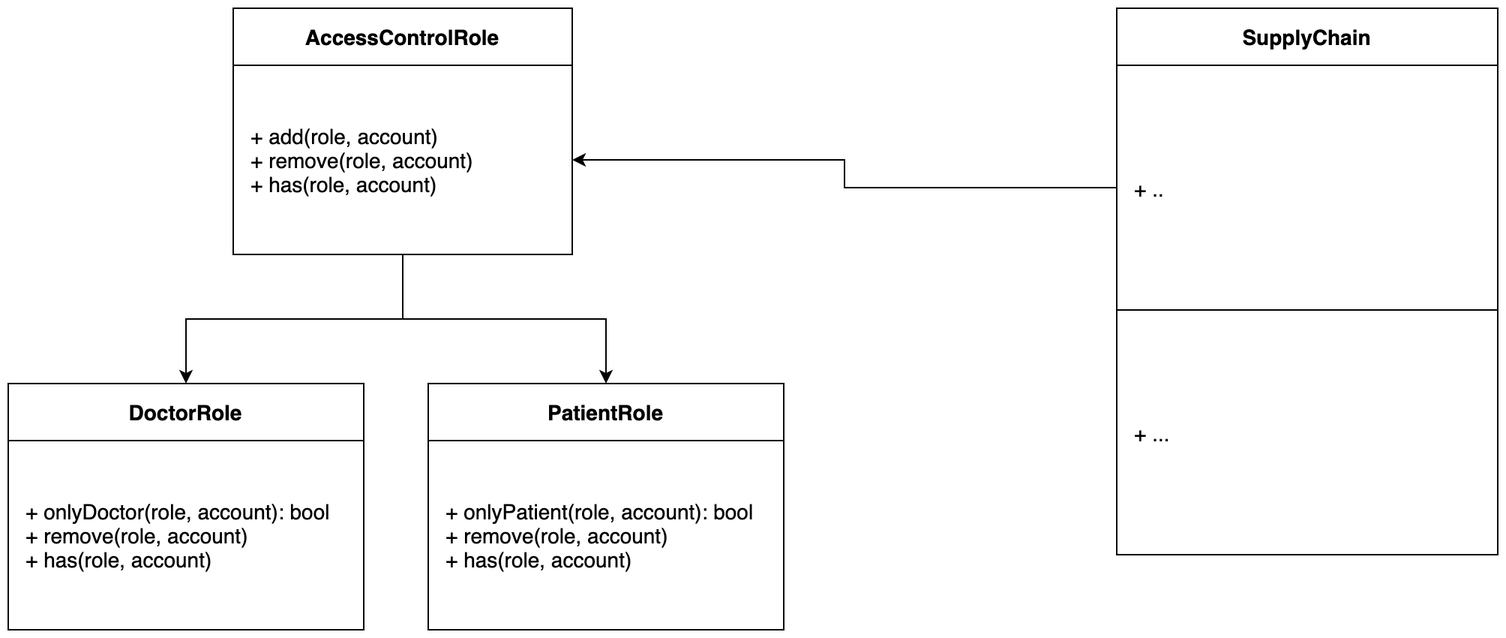
Above: images/class.png in vinhnguyen/nd1309-supply-chain (draw.io), before the change. Source tidied: cells renumbered, new cells last; positions are measured from the earlier drawing's top-left corner, leaving out a move shared by most shapes. Its diagram source:
```xml
<mxGraphModel>
  <root>
    <mxCell id="0" />
    <mxCell id="1" parent="0" />
    <mxCell id="2" value="AccessControlRole" style="rounded=0;whiteSpace=wrap;html=1;fontSize=14;fontStyle=1;" parent="1" vertex="1">
      <mxGeometry x="150" width="226" height="38" as="geometry" />
    </mxCell>
    <mxCell id="3" style="edgeStyle=orthogonalEdgeStyle;rounded=0;jettySize=auto;html=1;entryX=0.5;entryY=0;entryDx=0;entryDy=0;fontSize=14;" parent="1" edge="1" source="5" target="6">
      <mxGeometry relative="1" as="geometry" />
    </mxCell>
    <mxCell id="4" style="edgeStyle=orthogonalEdgeStyle;rounded=0;jettySize=auto;html=1;fontSize=14;" parent="1" edge="1" source="5" target="8">
      <mxGeometry relative="1" as="geometry" />
    </mxCell>
    <mxCell id="5" value="+ add(role, account)&lt;br&gt;+ remove(role, account)&lt;br&gt;+ has(role, account)" style="rounded=0;whiteSpace=wrap;html=1;fontSize=14;fontStyle=0;align=left;spacingLeft=10;" parent="1" vertex="1">
      <mxGeometry x="150" y="38" width="226" height="126" as="geometry" />
    </mxCell>
    <mxCell id="6" value="DoctorRole" style="rounded=0;whiteSpace=wrap;html=1;fontSize=14;fontStyle=1;" parent="1" vertex="1">
      <mxGeometry y="250" width="237" height="38" as="geometry" />
    </mxCell>
    <mxCell id="7" value="+ onlyDoctor(role, account): bool&lt;br&gt;+ remove(role, account)&lt;br&gt;+ has(role, account)" style="rounded=0;whiteSpace=wrap;html=1;fontSize=14;fontStyle=0;align=left;spacingLeft=10;" parent="1" vertex="1">
      <mxGeometry y="288" width="237" height="126" as="geometry" />
    </mxCell>
    <mxCell id="8" value="PatientRole" style="rounded=0;whiteSpace=wrap;html=1;fontSize=14;fontStyle=1;" parent="1" vertex="1">
      <mxGeometry x="280" y="250" width="237" height="38" as="geometry" />
    </mxCell>
    <mxCell id="9" value="+ onlyPatient(role, account): bool&lt;br&gt;+ remove(role, account)&lt;br&gt;+ has(role, account)" style="rounded=0;whiteSpace=wrap;html=1;fontSize=14;fontStyle=0;align=left;spacingLeft=10;" parent="1" vertex="1">
      <mxGeometry x="280" y="288" width="237" height="126" as="geometry" />
    </mxCell>
    <mxCell id="10" value="SupplyChain" style="rounded=0;whiteSpace=wrap;html=1;fontSize=14;fontStyle=1;" parent="1" vertex="1">
      <mxGeometry x="739" width="254" height="38" as="geometry" />
    </mxCell>
    <mxCell id="11" style="edgeStyle=orthogonalEdgeStyle;rounded=0;jettySize=auto;html=1;entryX=1;entryY=0.5;entryDx=0;entryDy=0;fontSize=14;" parent="1" edge="1" source="12" target="5">
      <mxGeometry relative="1" as="geometry" />
    </mxCell>
    <mxCell id="12" value="+ .." style="rounded=0;whiteSpace=wrap;html=1;fontSize=14;fontStyle=0;align=left;spacingLeft=10;" parent="1" vertex="1">
      <mxGeometry x="739" y="38" width="254" height="163" as="geometry" />
    </mxCell>
    <mxCell id="13" value="+ ..." style="rounded=0;whiteSpace=wrap;html=1;fontSize=14;fontStyle=0;align=left;spacingLeft=10;" parent="1" vertex="1">
      <mxGeometry x="739" y="201" width="254" height="163" as="geometry" />
    </mxCell>
  </root>
</mxGraphModel>
```
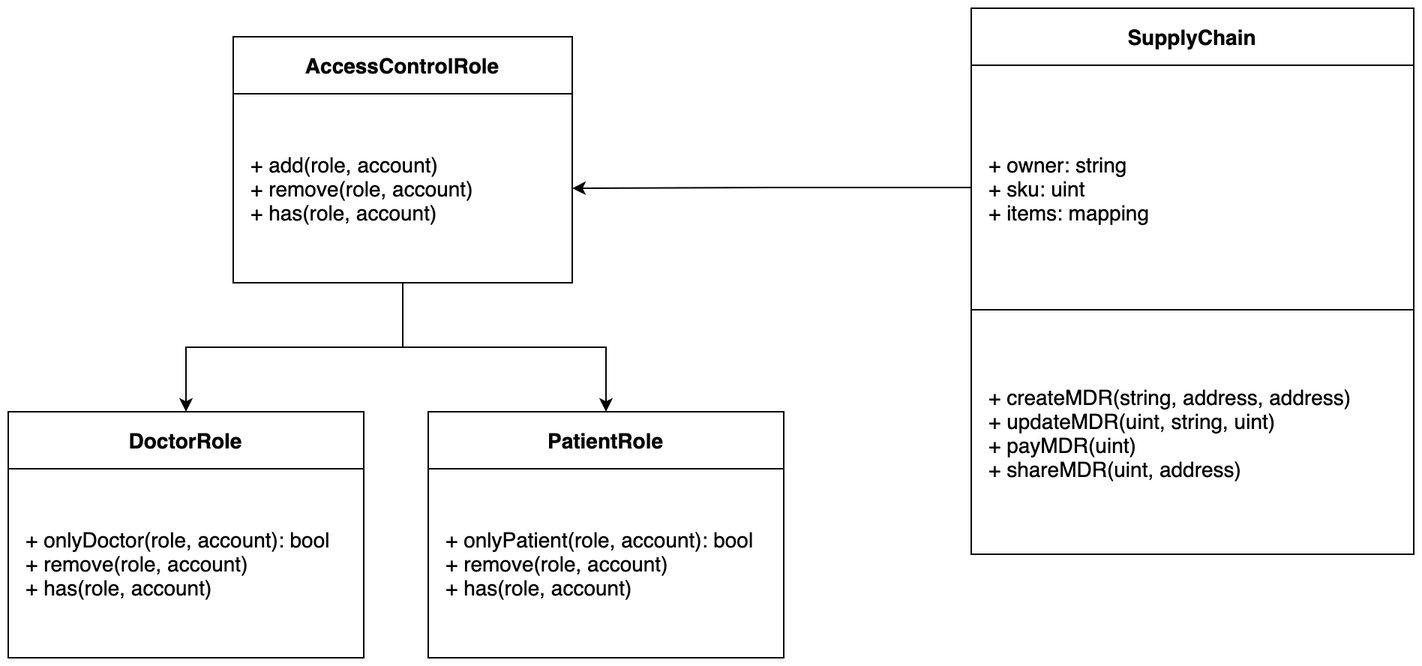
After the commit.

Diff of the diagram source:
```diff
@@ -27,16 +27,16 @@
       <mxGeometry x="280" y="288" width="237" height="126" as="geometry" />
     </mxCell>
     <mxCell id="10" value="SupplyChain" style="rounded=0;whiteSpace=wrap;html=1;fontSize=14;fontStyle=1;" parent="1" vertex="1">
-      <mxGeometry x="739" width="254" height="38" as="geometry" />
+      <mxGeometry x="642" y="-19" width="295" height="38" as="geometry" />
     </mxCell>
     <mxCell id="11" style="edgeStyle=orthogonalEdgeStyle;rounded=0;jettySize=auto;html=1;entryX=1;entryY=0.5;entryDx=0;entryDy=0;fontSize=14;" parent="1" edge="1" source="12" target="5">
       <mxGeometry relative="1" as="geometry" />
     </mxCell>
-    <mxCell id="12" value="+ .." style="rounded=0;whiteSpace=wrap;html=1;fontSize=14;fontStyle=0;align=left;spacingLeft=10;" parent="1" vertex="1">
-      <mxGeometry x="739" y="38" width="254" height="163" as="geometry" />
+    <mxCell id="12" value="+ owner: string&lt;br&gt;+ sku: uint&lt;br&gt;+ items: mapping" style="rounded=0;whiteSpace=wrap;html=1;fontSize=14;fontStyle=0;align=left;spacingLeft=10;" parent="1" vertex="1">
+      <mxGeometry x="642" y="19" width="295" height="163" as="geometry" />
     </mxCell>
-    <mxCell id="13" value="+ ..." style="rounded=0;whiteSpace=wrap;html=1;fontSize=14;fontStyle=0;align=left;spacingLeft=10;" parent="1" vertex="1">
-      <mxGeometry x="739" y="201" width="254" height="163" as="geometry" />
+    <mxCell id="13" value="+ createMDR(string, address, address)&lt;br&gt;+ updateMDR(uint, string, uint)&lt;br&gt;+ payMDR(uint)&lt;br&gt;+ shareMDR(uint, address)" style="rounded=0;whiteSpace=wrap;html=1;fontSize=14;fontStyle=0;align=left;spacingLeft=10;" parent="1" vertex="1">
+      <mxGeometry x="642" y="182" width="295" height="163" as="geometry" />
     </mxCell>
   </root>
 </mxGraphModel>
```
